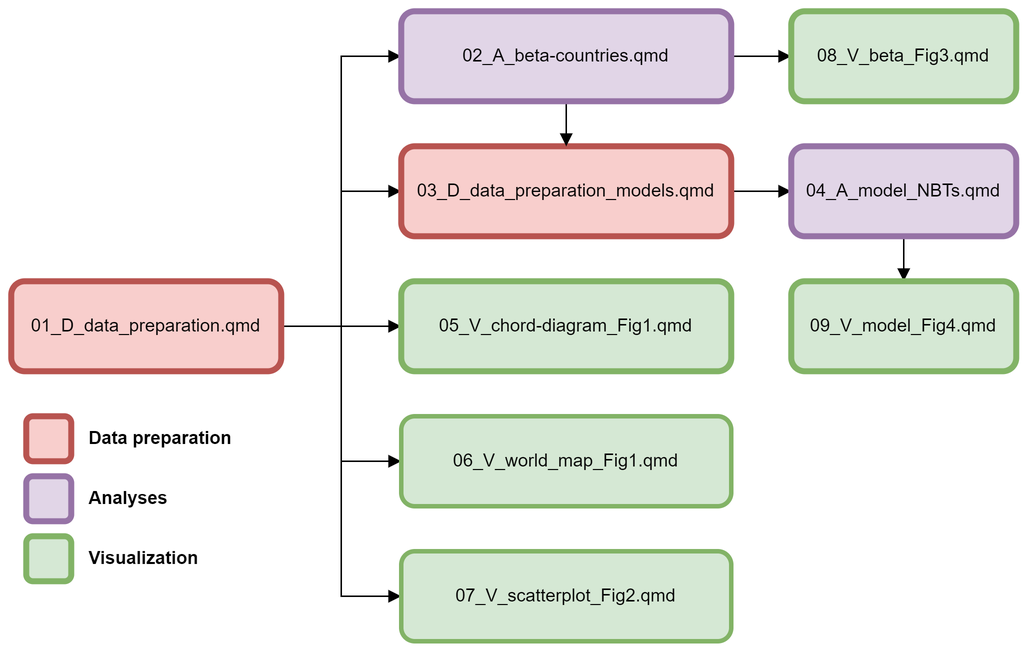
Before: docs/scripts_diagram.png, a diagram exported from draw.io (GabrielNakamura/NBT_code_data). Source tidied: cells renumbered, new cells last; positions are measured from the earlier drawing's top-left corner, leaving out a move shared by most shapes.
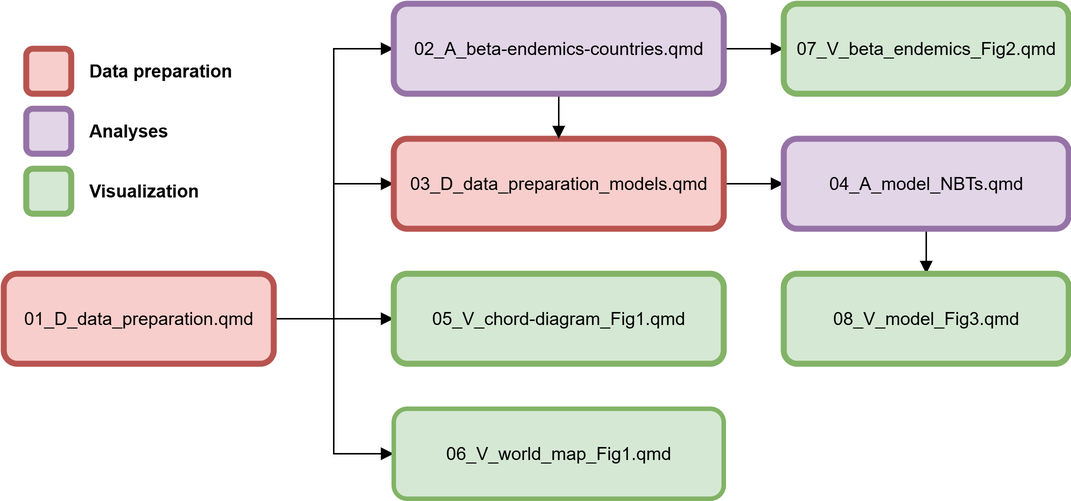
After the commit.

Change to the diagram source:
```diff
@@ -5,9 +5,6 @@
     <mxCell id="2" style="edgeStyle=orthogonalEdgeStyle;rounded=0;jettySize=auto;html=1;exitX=1;exitY=0.5;exitDx=0;exitDy=0;entryX=0;entryY=0.5;entryDx=0;entryDy=0;endArrow=block;endFill=1;flowAnimation=0;" parent="1" edge="1" source="7" target="9">
       <mxGeometry relative="1" as="geometry" />
     </mxCell>
-    <mxCell id="3" style="edgeStyle=orthogonalEdgeStyle;rounded=0;jettySize=auto;html=1;exitX=1;exitY=0.5;exitDx=0;exitDy=0;entryX=0;entryY=0.5;entryDx=0;entryDy=0;endArrow=block;endFill=1;flowAnimation=0;" parent="1" edge="1" source="7" target="16">
-      <mxGeometry relative="1" as="geometry" />
-    </mxCell>
     <mxCell id="4" style="edgeStyle=orthogonalEdgeStyle;rounded=0;jettySize=auto;html=1;exitX=1;exitY=0.5;exitDx=0;exitDy=0;entryX=0;entryY=0.5;entryDx=0;entryDy=0;endArrow=block;endFill=1;flowAnimation=0;" parent="1" edge="1" source="7" target="17">
       <mxGeometry relative="1" as="geometry" />
     </mxCell>
@@ -32,47 +29,44 @@
     <mxCell id="11" style="edgeStyle=orthogonalEdgeStyle;rounded=0;jettySize=auto;html=1;exitX=0.5;exitY=1;exitDx=0;exitDy=0;entryX=0.5;entryY=0;entryDx=0;entryDy=0;endArrow=block;endFill=1;flowAnimation=0;" parent="1" edge="1" source="12" target="9">
       <mxGeometry relative="1" as="geometry" />
     </mxCell>
-    <mxCell id="12" value="02_A_beta-countries.qmd" style="rounded=1;whiteSpace=wrap;html=1;fillColor=#e1d5e7;strokeColor=#9673a6;strokeWidth=4;" parent="1" vertex="1">
+    <mxCell id="12" value="02_A_beta-endemics-countries.qmd" style="rounded=1;whiteSpace=wrap;html=1;fillColor=#e1d5e7;strokeColor=#9673a6;strokeWidth=4;" parent="1" vertex="1">
       <mxGeometry x="260" width="220" height="60" as="geometry" />
     </mxCell>
     <mxCell id="13" style="edgeStyle=orthogonalEdgeStyle;rounded=0;jettySize=auto;html=1;exitX=0.5;exitY=1;exitDx=0;exitDy=0;entryX=0.5;entryY=0;entryDx=0;entryDy=0;endArrow=block;endFill=1;flowAnimation=0;" parent="1" edge="1" source="14" target="15">
       <mxGeometry relative="1" as="geometry" />
     </mxCell>
     <mxCell id="14" value="04_A_model_NBTs.qmd" style="rounded=1;whiteSpace=wrap;html=1;fillColor=#e1d5e7;strokeColor=#9673a6;strokeWidth=4;" parent="1" vertex="1">
-      <mxGeometry x="520" y="90" width="150" height="60" as="geometry" />
+      <mxGeometry x="520" y="90" width="190" height="60" as="geometry" />
     </mxCell>
-    <mxCell id="15" value="09_V_model_Fig4.qmd" style="rounded=1;whiteSpace=wrap;html=1;fillColor=#d5e8d4;strokeColor=#82b366;strokeWidth=4;" parent="1" vertex="1">
-      <mxGeometry x="520" y="180" width="150" height="60" as="geometry" />
+    <mxCell id="15" value="08_V_model_Fig3.qmd" style="rounded=1;whiteSpace=wrap;html=1;fillColor=#d5e8d4;strokeColor=#82b366;strokeWidth=4;" parent="1" vertex="1">
+      <mxGeometry x="520" y="180" width="190" height="60" as="geometry" />
     </mxCell>
-    <mxCell id="16" value="07_V_scatterplot_Fig2.qmd" style="rounded=1;whiteSpace=wrap;html=1;fillColor=#d5e8d4;strokeColor=#82b366;strokeWidth=3;" parent="1" vertex="1">
-      <mxGeometry x="260" y="360" width="220" height="60" as="geometry" />
-    </mxCell>
     <mxCell id="17" value="06_V_world_map_Fig1.qmd" style="rounded=1;whiteSpace=wrap;html=1;fillColor=#d5e8d4;strokeColor=#82b366;strokeWidth=3;" parent="1" vertex="1">
       <mxGeometry x="260" y="270" width="220" height="60" as="geometry" />
     </mxCell>
     <mxCell id="18" value="05_V_chord-diagram_Fig1.qmd" style="rounded=1;whiteSpace=wrap;html=1;fillColor=#d5e8d4;strokeColor=#82b366;strokeWidth=4;" parent="1" vertex="1">
       <mxGeometry x="260" y="180" width="220" height="60" as="geometry" />
     </mxCell>
-    <mxCell id="19" value="08_V_beta_Fig3.qmd" style="rounded=1;whiteSpace=wrap;html=1;fillColor=#d5e8d4;strokeColor=#82b366;strokeWidth=4;" parent="1" vertex="1">
-      <mxGeometry x="520" width="150" height="60" as="geometry" />
+    <mxCell id="19" value="07_V_beta_endemics_Fig2.qmd" style="rounded=1;html=1;fillColor=#d5e8d4;strokeColor=#82b366;strokeWidth=4;whiteSpace=wrap;" parent="1" vertex="1">
+      <mxGeometry x="520" width="190" height="60" as="geometry" />
     </mxCell>
     <mxCell id="20" value="Data preparation" style="text;html=1;align=left;verticalAlign=middle;strokeColor=none;fillColor=none;fontStyle=1;" parent="1" vertex="1">
-      <mxGeometry x="50" y="270" width="110" height="30" as="geometry" />
+      <mxGeometry x="55" y="30" width="110" height="30" as="geometry" />
     </mxCell>
     <mxCell id="21" value="Analyses" style="text;html=1;align=left;verticalAlign=middle;strokeColor=none;fillColor=none;fontStyle=1;" parent="1" vertex="1">
-      <mxGeometry x="50" y="310" width="70" height="30" as="geometry" />
+      <mxGeometry x="55" y="70" width="70" height="30" as="geometry" />
     </mxCell>
     <mxCell id="22" value="Visualization" style="text;html=1;align=left;verticalAlign=middle;strokeColor=none;fillColor=none;fontStyle=1;" parent="1" vertex="1">
-      <mxGeometry x="50" y="350" width="90" height="30" as="geometry" />
+      <mxGeometry x="55" y="110" width="90" height="30" as="geometry" />
     </mxCell>
     <mxCell id="23" style="rounded=1;whiteSpace=wrap;html=1;fillColor=#f8cecc;strokeColor=#b85450;strokeWidth=4;" parent="1" vertex="1">
-      <mxGeometry x="10" y="270" width="30" height="30" as="geometry" />
+      <mxGeometry x="15" y="30" width="30" height="30" as="geometry" />
     </mxCell>
     <mxCell id="24" style="rounded=1;whiteSpace=wrap;html=1;fillColor=#e1d5e7;strokeColor=#9673a6;strokeWidth=4;" parent="1" vertex="1">
-      <mxGeometry x="10" y="310" width="30" height="30" as="geometry" />
+      <mxGeometry x="15" y="70" width="30" height="30" as="geometry" />
     </mxCell>
     <mxCell id="25" style="rounded=1;whiteSpace=wrap;html=1;fillColor=#d5e8d4;strokeColor=#82b366;strokeWidth=4;" parent="1" vertex="1">
-      <mxGeometry x="10" y="350" width="30" height="30" as="geometry" />
+      <mxGeometry x="15" y="110" width="30" height="30" as="geometry" />
     </mxCell>
   </root>
 </mxGraphModel>
```
